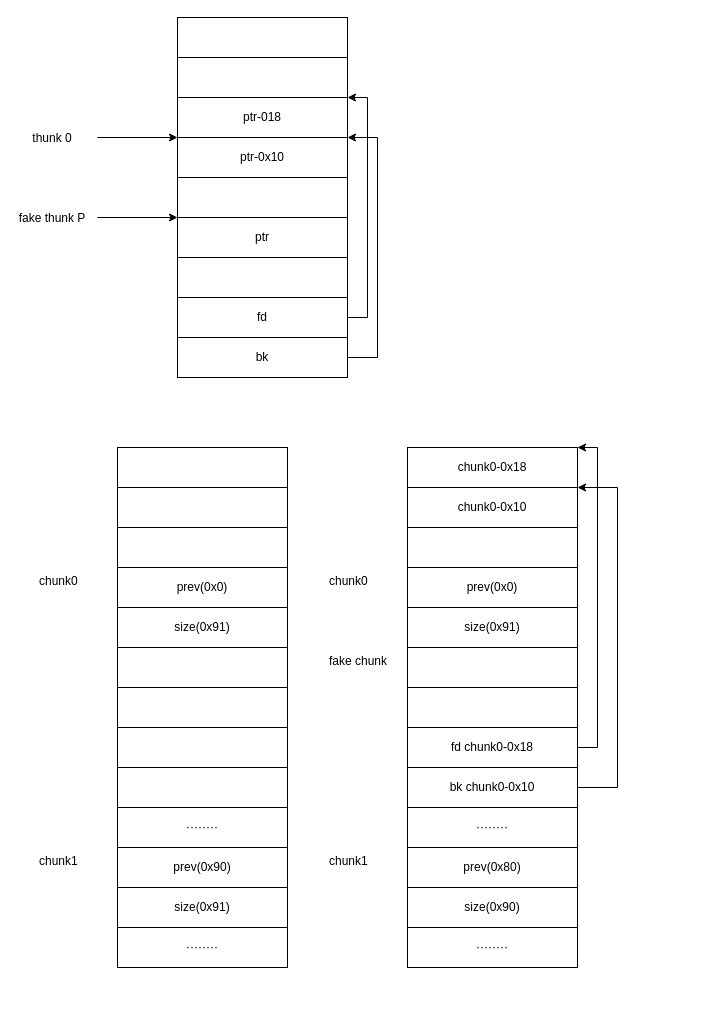
This is blog/unlink.drawio from Zephyrccc/ImageHostingService, a draw.io file, before an edit. Source tidied: cells renumbered, new cells numbered last; positions are measured from the earlier drawing's top-left corner, leaving out a move shared by most shapes. Both pictures are drawn from the tidied source at 100%, with x=0, y=0 at pixel (17, 17).
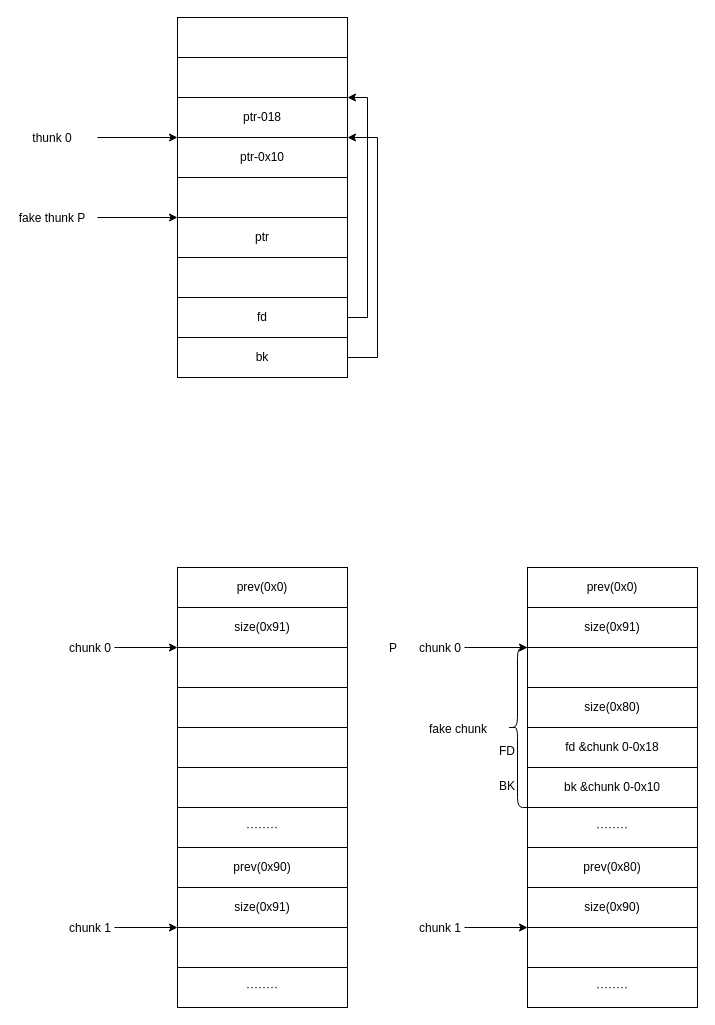
The same diagram, later.

Change to the diagram source:
```diff
@@
+    <mxCell id="50" style="edgeStyle=orthogonalEdgeStyle;rounded=0;jettySize=auto;html=1;entryX=0;entryY=0;entryDx=0;entryDy=0;" parent="1" edge="1" source="17">
+      <mxGeometry relative="1" as="geometry">
+        <mxPoint x="160" y="630" as="targetPoint" />
+        <Array as="points">
+          <mxPoint x="100" y="630" />
+          <mxPoint x="100" y="630" />
+        </Array>
+      </mxGeometry>
+    </mxCell>
-    <mxCell id="17" value="chunk0" style="text;whiteSpace=wrap;html=1;" parent="1" vertex="1">
-      <mxGeometry x="20" y="550" width="80" height="30" as="geometry" />
+    <mxCell id="17" value="chunk 0" style="text;whiteSpace=wrap;html=1;" parent="1" vertex="1">
+      <mxGeometry x="50" y="617" width="47" height="30" as="geometry" />
     </mxCell>
     <mxCell id="18" style="rounded=0;whiteSpace=wrap;html=1;" parent="1" vertex="1">
-      <mxGeometry x="100" y="670" width="170" height="40" as="geometry" />
+      <mxGeometry x="160" y="670" width="170" height="40" as="geometry" />
     </mxCell>
     <mxCell id="19" value="········" style="rounded=0;whiteSpace=wrap;html=1;" parent="1" vertex="1">
-      <mxGeometry x="100" y="790" width="170" height="40" as="geometry" />
+      <mxGeometry x="160" y="790" width="170" height="40" as="geometry" />
     </mxCell>
     <mxCell id="20" style="rounded=0;whiteSpace=wrap;html=1;" parent="1" vertex="1">
-      <mxGeometry x="100" y="710" width="170" height="40" as="geometry" />
+      <mxGeometry x="160" y="710" width="170" height="40" as="geometry" />
     </mxCell>
-    <mxCell id="21" value="chunk1" style="text;whiteSpace=wrap;html=1;" parent="1" vertex="1">
-      <mxGeometry x="20" y="830" width="80" height="30" as="geometry" />
-    </mxCell>
     <mxCell id="22" value="size(0x91)" style="rounded=0;whiteSpace=wrap;html=1;" parent="1" vertex="1">
-      <mxGeometry x="100" y="870" width="170" height="40" as="geometry" />
+      <mxGeometry x="160" y="870" width="170" height="40" as="geometry" />
     </mxCell>
     <mxCell id="23" value="prev(0x90)" style="rounded=0;whiteSpace=wrap;html=1;" parent="1" vertex="1">
-      <mxGeometry x="100" y="830" width="170" height="40" as="geometry" />
+      <mxGeometry x="160" y="830" width="170" height="40" as="geometry" />
     </mxCell>
     <mxCell id="24" value="········" style="rounded=0;whiteSpace=wrap;html=1;" parent="1" vertex="1">
-      <mxGeometry x="100" y="910" width="170" height="40" as="geometry" />
+      <mxGeometry x="160" y="950" width="170" height="40" as="geometry" />
     </mxCell>
     <mxCell id="25" value="prev(0x0)" style="rounded=0;whiteSpace=wrap;html=1;" parent="1" vertex="1">
-      <mxGeometry x="100" y="550" width="170" height="40" as="geometry" />
+      <mxGeometry x="160" y="550" width="170" height="40" as="geometry" />
     </mxCell>
     <mxCell id="26" value="size(0x91)" style="rounded=0;whiteSpace=wrap;html=1;" parent="1" vertex="1">
-      <mxGeometry x="100" y="590" width="170" height="40" as="geometry" />
+      <mxGeometry x="160" y="590" width="170" height="40" as="geometry" />
     </mxCell>
     <mxCell id="27" style="rounded=0;whiteSpace=wrap;html=1;" parent="1" vertex="1">
-      <mxGeometry x="100" y="630" width="170" height="40" as="geometry" />
+      <mxGeometry x="160" y="630" width="170" height="40" as="geometry" />
     </mxCell>
     <mxCell id="28" style="rounded=0;whiteSpace=wrap;html=1;" parent="1" vertex="1">
-      <mxGeometry x="100" y="750" width="170" height="40" as="geometry" />
+      <mxGeometry x="160" y="750" width="170" height="40" as="geometry" />
     </mxCell>
-    <mxCell id="29" value="chunk0" style="text;whiteSpace=wrap;html=1;" parent="1" vertex="1">
-      <mxGeometry x="310" y="550" width="80" height="30" as="geometry" />
-    </mxCell>
-    <mxCell id="30" style="rounded=0;whiteSpace=wrap;html=1;" parent="1" vertex="1">
-      <mxGeometry x="390" y="670" width="170" height="40" as="geometry" />
+    <mxCell id="30" value="size(0x80)" style="rounded=0;whiteSpace=wrap;html=1;" parent="1" vertex="1">
+      <mxGeometry x="510" y="670" width="170" height="40" as="geometry" />
     </mxCell>
     <mxCell id="31" value="········" style="rounded=0;whiteSpace=wrap;html=1;" parent="1" vertex="1">
-      <mxGeometry x="390" y="790" width="170" height="40" as="geometry" />
+      <mxGeometry x="510" y="790" width="170" height="40" as="geometry" />
     </mxCell>
-    <mxCell id="32" style="edgeStyle=orthogonalEdgeStyle;rounded=0;jettySize=auto;html=1;exitX=1;exitY=0.5;exitDx=0;exitDy=0;entryX=1;entryY=0;entryDx=0;entryDy=0;" parent="1" edge="1" source="33" target="49">
-      <mxGeometry relative="1" as="geometry">
-        <Array as="points">
-          <mxPoint x="580" y="730" />
-          <mxPoint x="580" y="430" />
-        </Array>
-      </mxGeometry>
-    </mxCell>
-    <mxCell id="33" value="fd&amp;nbsp;&lt;span style=&quot;text-align: left&quot;&gt;chunk0-0x18&lt;/span&gt;" style="rounded=0;whiteSpace=wrap;html=1;" parent="1" vertex="1">
-      <mxGeometry x="390" y="710" width="170" height="40" as="geometry" />
+    <mxCell id="33" value="fd&amp;nbsp;&lt;span&gt;&amp;amp;&lt;/span&gt;chunk 0&lt;span style=&quot;text-align: left&quot;&gt;-0x18&lt;/span&gt;" style="rounded=0;whiteSpace=wrap;html=1;" parent="1" vertex="1">
+      <mxGeometry x="510" y="710" width="170" height="40" as="geometry" />
     </mxCell>
-    <mxCell id="34" value="chunk1" style="text;whiteSpace=wrap;html=1;" parent="1" vertex="1">
-      <mxGeometry x="310" y="830" width="80" height="30" as="geometry" />
-    </mxCell>
     <mxCell id="35" value="size(0x90)" style="rounded=0;whiteSpace=wrap;html=1;" parent="1" vertex="1">
-      <mxGeometry x="390" y="870" width="170" height="40" as="geometry" />
+      <mxGeometry x="510" y="870" width="170" height="40" as="geometry" />
     </mxCell>
     <mxCell id="36" value="prev(0x80)" style="rounded=0;whiteSpace=wrap;html=1;" parent="1" vertex="1">
-      <mxGeometry x="390" y="830" width="170" height="40" as="geometry" />
+      <mxGeometry x="510" y="830" width="170" height="40" as="geometry" />
     </mxCell>
     <mxCell id="37" value="········" style="rounded=0;whiteSpace=wrap;html=1;" parent="1" vertex="1">
-      <mxGeometry x="390" y="910" width="170" height="40" as="geometry" />
+      <mxGeometry x="510" y="950" width="170" height="40" as="geometry" />
     </mxCell>
     <mxCell id="38" value="prev(0x0)" style="rounded=0;whiteSpace=wrap;html=1;" parent="1" vertex="1">
-      <mxGeometry x="390" y="550" width="170" height="40" as="geometry" />
+      <mxGeometry x="510" y="550" width="170" height="40" as="geometry" />
     </mxCell>
     <mxCell id="39" value="size(0x91)" style="rounded=0;whiteSpace=wrap;html=1;" parent="1" vertex="1">
-      <mxGeometry x="390" y="590" width="170" height="40" as="geometry" />
+      <mxGeometry x="510" y="590" width="170" height="40" as="geometry" />
     </mxCell>
     <mxCell id="40" style="rounded=0;whiteSpace=wrap;html=1;" parent="1" vertex="1">
-      <mxGeometry x="390" y="630" width="170" height="40" as="geometry" />
+      <mxGeometry x="510" y="630" width="170" height="40" as="geometry" />
     </mxCell>
-    <mxCell id="41" style="edgeStyle=orthogonalEdgeStyle;rounded=0;jettySize=auto;html=1;exitX=1;exitY=0.5;exitDx=0;exitDy=0;entryX=1;entryY=1;entryDx=0;entryDy=0;" parent="1" edge="1" source="42" target="49">
-      <mxGeometry relative="1" as="geometry">
-        <Array as="points">
-          <mxPoint x="600" y="770" />
-          <mxPoint x="600" y="470" />
-        </Array>
-      </mxGeometry>
-    </mxCell>
-    <mxCell id="42" value="bk&amp;nbsp;&lt;span style=&quot;text-align: left&quot;&gt;chunk0-0x10&lt;/span&gt;" style="rounded=0;whiteSpace=wrap;html=1;" parent="1" vertex="1">
-      <mxGeometry x="390" y="750" width="170" height="40" as="geometry" />
+    <mxCell id="42" value="bk&amp;nbsp;&lt;span&gt;&amp;amp;&lt;/span&gt;chunk 0&lt;span style=&quot;text-align: left&quot;&gt;-0x10&lt;/span&gt;" style="rounded=0;whiteSpace=wrap;html=1;" parent="1" vertex="1">
+      <mxGeometry x="510" y="750" width="170" height="40" as="geometry" />
     </mxCell>
-    <mxCell id="43" value="fake chunk" style="text;whiteSpace=wrap;html=1;" parent="1" vertex="1">
-      <mxGeometry x="310" y="630" width="80" height="30" as="geometry" />
+    <mxCell id="43" value="fake chunk&amp;nbsp;" style="text;whiteSpace=wrap;html=1;" parent="1" vertex="1">
+      <mxGeometry x="410" y="698" width="80" height="30" as="geometry" />
     </mxCell>
-    <mxCell id="44" style="rounded=0;whiteSpace=wrap;html=1;" parent="1" vertex="1">
-      <mxGeometry x="100" y="510" width="170" height="40" as="geometry" />
-    </mxCell>
-    <mxCell id="45" style="rounded=0;whiteSpace=wrap;html=1;" parent="1" vertex="1">
-      <mxGeometry x="100" y="470" width="170" height="40" as="geometry" />
-    </mxCell>
-    <mxCell id="46" style="rounded=0;whiteSpace=wrap;html=1;" parent="1" vertex="1">
-      <mxGeometry x="100" y="430" width="170" height="40" as="geometry" />
-    </mxCell>
-    <mxCell id="47" style="rounded=0;whiteSpace=wrap;html=1;" parent="1" vertex="1">
-      <mxGeometry x="390" y="510" width="170" height="40" as="geometry" />
-    </mxCell>
-    <mxCell id="48" value="&lt;span style=&quot;text-align: left&quot;&gt;chunk0-0x10&lt;/span&gt;" style="rounded=0;whiteSpace=wrap;html=1;" parent="1" vertex="1">
-      <mxGeometry x="390" y="470" width="170" height="40" as="geometry" />
-    </mxCell>
-    <mxCell id="49" value="&lt;span style=&quot;text-align: left&quot;&gt;chunk0-0x18&lt;/span&gt;" style="rounded=0;whiteSpace=wrap;html=1;" parent="1" vertex="1">
-      <mxGeometry x="390" y="430" width="170" height="40" as="geometry" />
-    </mxCell>
+    <mxCell id="51" value="FD" style="text;whiteSpace=wrap;html=1;" parent="1" vertex="1">
+      <mxGeometry x="480" y="720" width="20" height="30" as="geometry" />
+    </mxCell>
+    <mxCell id="52" value="BK" style="text;whiteSpace=wrap;html=1;" parent="1" vertex="1">
+      <mxGeometry x="480" y="755" width="20" height="30" as="geometry" />
+    </mxCell>
+    <mxCell id="53" style="edgeStyle=orthogonalEdgeStyle;rounded=0;jettySize=auto;html=1;entryX=0;entryY=0;entryDx=0;entryDy=0;" parent="1" edge="1" source="54">
+      <mxGeometry relative="1" as="geometry">
+        <mxPoint x="510" y="630" as="targetPoint" />
+        <Array as="points">
+          <mxPoint x="450" y="630" />
+          <mxPoint x="450" y="630" />
+        </Array>
+      </mxGeometry>
+    </mxCell>
+    <mxCell id="54" value="chunk 0" style="text;whiteSpace=wrap;html=1;" parent="1" vertex="1">
+      <mxGeometry x="400" y="617" width="47" height="30" as="geometry" />
+    </mxCell>
+    <mxCell id="55" style="edgeStyle=orthogonalEdgeStyle;rounded=0;jettySize=auto;html=1;entryX=0;entryY=0;entryDx=0;entryDy=0;" parent="1" edge="1" source="56">
+      <mxGeometry relative="1" as="geometry">
+        <mxPoint x="160" y="910" as="targetPoint" />
+        <Array as="points">
+          <mxPoint x="100" y="910" />
+          <mxPoint x="100" y="910" />
+        </Array>
+      </mxGeometry>
+    </mxCell>
+    <mxCell id="56" value="chunk 1" style="text;whiteSpace=wrap;html=1;" parent="1" vertex="1">
+      <mxGeometry x="50" y="897" width="47" height="30" as="geometry" />
+    </mxCell>
+    <mxCell id="57" style="edgeStyle=orthogonalEdgeStyle;rounded=0;jettySize=auto;html=1;entryX=0;entryY=0;entryDx=0;entryDy=0;" parent="1" edge="1" source="58">
+      <mxGeometry relative="1" as="geometry">
+        <mxPoint x="510" y="910" as="targetPoint" />
+        <Array as="points">
+          <mxPoint x="450" y="910" />
+          <mxPoint x="450" y="910" />
+        </Array>
+      </mxGeometry>
+    </mxCell>
+    <mxCell id="58" value="chunk 1" style="text;whiteSpace=wrap;html=1;" parent="1" vertex="1">
+      <mxGeometry x="400" y="897" width="47" height="30" as="geometry" />
+    </mxCell>
+    <mxCell id="59" style="rounded=0;whiteSpace=wrap;html=1;" parent="1" vertex="1">
+      <mxGeometry x="510" y="910" width="170" height="40" as="geometry" />
+    </mxCell>
+    <mxCell id="60" style="rounded=0;whiteSpace=wrap;html=1;" parent="1" vertex="1">
+      <mxGeometry x="160" y="910" width="170" height="40" as="geometry" />
+    </mxCell>
+    <mxCell id="61" style="shape=curlyBracket;whiteSpace=wrap;html=1;rounded=1;" parent="1" vertex="1">
+      <mxGeometry x="490" y="630" width="20" height="160" as="geometry" />
+    </mxCell>
+    <mxCell id="62" value="P" style="text;whiteSpace=wrap;html=1;" parent="1" vertex="1">
+      <mxGeometry x="370" y="617" width="20" height="30" as="geometry" />
+    </mxCell>
```
